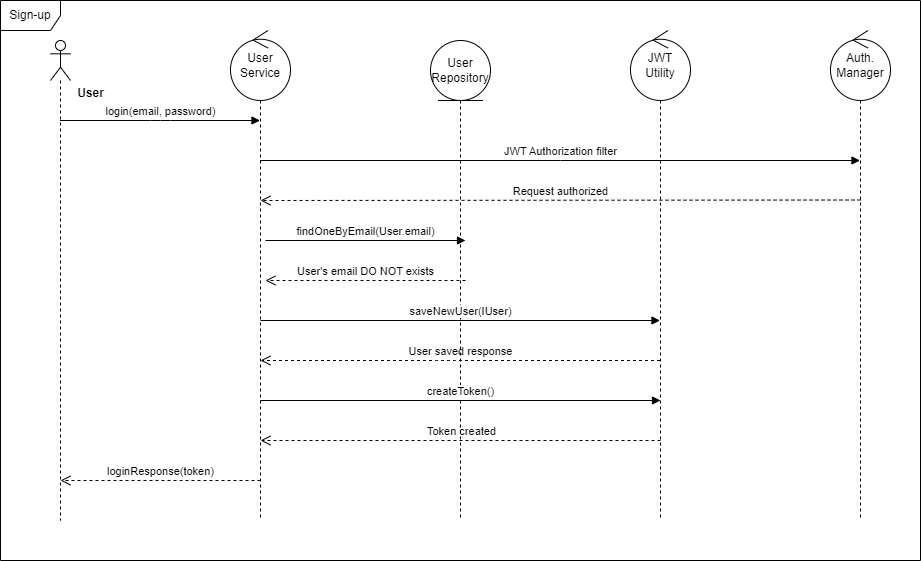
This is documentation/Diagrams/Sign-up Sequence diagram.png from feretchepare/bci-exercise, a draw.io export, as it was before one commit. Source tidied: cells renumbered, new cells last; positions are measured from the earlier drawing's top-left corner, leaving out a move shared by most shapes.
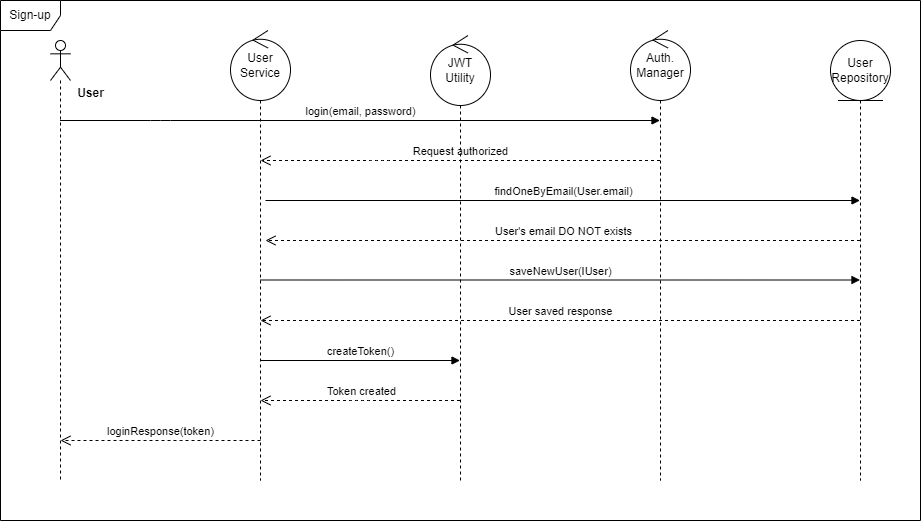
After the commit.

Commit message:
Sequence diagrams update

Diff of the diagram source:
```diff
@@ -2,12 +2,13 @@
   <root>
     <mxCell id="0" />
     <mxCell id="1" parent="0" />
-    <mxCell id="2" value="User saved response" style="html=1;verticalAlign=bottom;endArrow=open;dashed=1;endSize=8;labelBackgroundColor=none;fontFamily=Helvetica;fontSize=11;edgeStyle=elbowEdgeStyle;elbow=vertical;" parent="1" edge="1" source="12">
+    <mxCell id="2" value="User saved response" style="html=1;verticalAlign=bottom;endArrow=open;dashed=1;endSize=8;labelBackgroundColor=none;fontFamily=Helvetica;fontSize=11;edgeStyle=elbowEdgeStyle;elbow=vertical;" parent="1" edge="1">
       <mxGeometry relative="1" as="geometry">
-        <mxPoint x="260" y="360" as="targetPoint" />
+        <mxPoint x="859.5" y="320" as="sourcePoint" />
+        <mxPoint x="260" y="320" as="targetPoint" />
       </mxGeometry>
     </mxCell>
-    <mxCell id="3" value="login(email, password)" style="html=1;verticalAlign=bottom;endArrow=block;labelBackgroundColor=none;fontFamily=Helvetica;fontSize=11;edgeStyle=elbowEdgeStyle;elbow=vertical;" parent="1" edge="1" source="5" target="6">
+    <mxCell id="3" value="login(email, password)" style="html=1;verticalAlign=bottom;endArrow=block;labelBackgroundColor=none;fontFamily=Helvetica;fontSize=11;edgeStyle=elbowEdgeStyle;elbow=vertical;" parent="1" edge="1" source="5" target="16">
       <mxGeometry relative="1" as="geometry">
         <Array as="points">
           <mxPoint x="160" y="120" />
@@ -16,36 +17,37 @@
     </mxCell>
     <mxCell id="4" value="findOneByEmail(User.email)" style="html=1;verticalAlign=bottom;endArrow=block;labelBackgroundColor=none;fontFamily=Helvetica;fontSize=11;edgeStyle=elbowEdgeStyle;elbow=vertical;" parent="1" edge="1">
       <mxGeometry relative="1" as="geometry">
-        <mxPoint x="265" y="240" as="sourcePoint" />
-        <mxPoint x="465" y="240" as="targetPoint" />
+        <mxPoint x="265" y="200" as="sourcePoint" />
+        <mxPoint x="859.5" y="200" as="targetPoint" />
         <Array as="points">
-          <mxPoint x="355.5" y="240" />
+          <mxPoint x="355.5" y="200" />
         </Array>
       </mxGeometry>
     </mxCell>
     <mxCell id="5" style="shape=umlLifeline;perimeter=lifelinePerimeter;whiteSpace=wrap;html=1;outlineConnect=0;portConstraint=eastwest;newEdgeStyle={&quot;curved&quot;:0,&quot;rounded&quot;:0};participant=umlActor;" parent="1" vertex="1">
-      <mxGeometry x="50" y="40" width="20" height="480" as="geometry" />
+      <mxGeometry x="50" y="40" width="20" height="440" as="geometry" />
     </mxCell>
     <mxCell id="6" value="User &lt;br&gt;Service" style="shape=umlLifeline;perimeter=lifelinePerimeter;whiteSpace=wrap;html=1;outlineConnect=0;portConstraint=eastwest;newEdgeStyle={&quot;curved&quot;:0,&quot;rounded&quot;:0};participant=umlControl;size=70;" parent="1" vertex="1">
-      <mxGeometry x="230" y="30" width="60" height="490" as="geometry" />
+      <mxGeometry x="230" y="30" width="60" height="450" as="geometry" />
     </mxCell>
     <mxCell id="7" value="User&lt;br&gt;Repository" style="shape=umlLifeline;perimeter=lifelinePerimeter;whiteSpace=wrap;html=1;newEdgeStyle={&quot;curved&quot;:0,&quot;rounded&quot;:0};participant=umlEntity;size=60;" parent="1" vertex="1">
-      <mxGeometry x="430" y="40" width="60" height="480" as="geometry" />
+      <mxGeometry x="830" y="40" width="60" height="440" as="geometry" />
     </mxCell>
     <mxCell id="8" value="User's email DO NOT exists" style="html=1;verticalAlign=bottom;endArrow=open;dashed=1;endSize=8;curved=0;rounded=0;labelBackgroundColor=none;" parent="1" edge="1">
       <mxGeometry relative="1" as="geometry">
-        <mxPoint x="465" y="280" as="sourcePoint" />
-        <mxPoint x="265" y="280" as="targetPoint" />
+        <mxPoint x="859.5" y="240" as="sourcePoint" />
+        <mxPoint x="265" y="240" as="targetPoint" />
         <Array as="points">
-          <mxPoint x="315.5" y="280" />
+          <mxPoint x="315.5" y="240" />
         </Array>
       </mxGeometry>
     </mxCell>
-    <mxCell id="9" value="saveNewUser(IUser)" style="html=1;verticalAlign=bottom;endArrow=block;curved=0;rounded=0;" parent="1" edge="1" target="12">
+    <mxCell id="9" value="saveNewUser(IUser)" style="html=1;verticalAlign=bottom;endArrow=block;curved=0;rounded=0;" parent="1" edge="1">
       <mxGeometry relative="1" as="geometry">
-        <mxPoint x="260" y="320" as="sourcePoint" />
+        <mxPoint x="260" y="279.5" as="sourcePoint" />
+        <mxPoint x="859.5" y="279.5" as="targetPoint" />
         <Array as="points">
-          <mxPoint x="340.5" y="320" />
+          <mxPoint x="340.5" y="279.5" />
         </Array>
       </mxGeometry>
     </mxCell>
@@ -54,54 +56,41 @@
     </mxCell>
     <mxCell id="11" value="createToken()" style="html=1;verticalAlign=bottom;endArrow=block;curved=0;rounded=0;" parent="1" edge="1">
       <mxGeometry relative="1" as="geometry">
-        <mxPoint x="260" y="400" as="sourcePoint" />
-        <mxPoint x="660" y="400" as="targetPoint" />
-        <Array as="points">
-          <mxPoint x="510.5" y="400" />
-        </Array>
+        <mxPoint x="260" y="360" as="sourcePoint" />
+        <mxPoint x="459.5" y="360" as="targetPoint" />
       </mxGeometry>
     </mxCell>
     <mxCell id="12" value="JWT&lt;br&gt;Utility" style="shape=umlLifeline;perimeter=lifelinePerimeter;whiteSpace=wrap;html=1;outlineConnect=0;portConstraint=eastwest;newEdgeStyle={&quot;curved&quot;:0,&quot;rounded&quot;:0};participant=umlControl;size=70;" parent="1" vertex="1">
-      <mxGeometry x="630" y="30" width="60" height="490" as="geometry" />
+      <mxGeometry x="430" y="35" width="60" height="445" as="geometry" />
     </mxCell>
     <mxCell id="13" value="Token created" style="html=1;verticalAlign=bottom;endArrow=open;dashed=1;endSize=8;labelBackgroundColor=none;fontFamily=Helvetica;fontSize=11;edgeStyle=elbowEdgeStyle;elbow=vertical;" parent="1" edge="1">
       <mxGeometry relative="1" as="geometry">
-        <mxPoint x="660" y="440" as="sourcePoint" />
-        <mxPoint x="260" y="440" as="targetPoint" />
-        <Array as="points">
-          <mxPoint x="510.5" y="440" />
-        </Array>
+        <mxPoint x="459.5" y="400" as="sourcePoint" />
+        <mxPoint x="260" y="400" as="targetPoint" />
         <mxPoint x="1" as="offset" />
       </mxGeometry>
     </mxCell>
     <mxCell id="14" value="loginResponse(token)" style="html=1;verticalAlign=bottom;endArrow=open;dashed=1;endSize=8;labelBackgroundColor=none;fontFamily=Helvetica;fontSize=11;edgeStyle=elbowEdgeStyle;elbow=vertical;" parent="1" edge="1">
       <mxGeometry relative="1" as="geometry">
-        <mxPoint x="260" y="480" as="sourcePoint" />
-        <mxPoint x="60" y="480" as="targetPoint" />
+        <mxPoint x="260" y="440" as="sourcePoint" />
+        <mxPoint x="60" y="440" as="targetPoint" />
         <Array as="points">
-          <mxPoint x="170.5" y="480" />
+          <mxPoint x="170.5" y="440" />
         </Array>
       </mxGeometry>
     </mxCell>
     <mxCell id="15" value="Sign-up" style="shape=umlFrame;whiteSpace=wrap;html=1;" parent="1" vertex="1">
-      <mxGeometry width="920" height="560" as="geometry" />
+      <mxGeometry width="920" height="520" as="geometry" />
     </mxCell>
     <mxCell id="16" value="Auth.&lt;br&gt;Manager" style="shape=umlLifeline;perimeter=lifelinePerimeter;whiteSpace=wrap;html=1;outlineConnect=0;portConstraint=eastwest;newEdgeStyle={&quot;curved&quot;:0,&quot;rounded&quot;:0};participant=umlControl;size=70;" parent="1" vertex="1">
-      <mxGeometry x="830" y="30" width="60" height="490" as="geometry" />
+      <mxGeometry x="630" y="30" width="60" height="450" as="geometry" />
     </mxCell>
-    <mxCell id="17" value="JWT Authorization filter" style="html=1;verticalAlign=bottom;endArrow=block;curved=0;rounded=0;" parent="1" edge="1">
-      <mxGeometry relative="1" as="geometry">
-        <mxPoint x="259.5" y="160" as="sourcePoint" />
-        <mxPoint x="859.5" y="160" as="targetPoint" />
-        <Array as="points">
-          <mxPoint x="560" y="160" />
-        </Array>
-      </mxGeometry>
-    </mxCell>
-    <mxCell id="18" value="Request authorized" style="html=1;verticalAlign=bottom;endArrow=open;dashed=1;endSize=8;labelBackgroundColor=none;fontFamily=Helvetica;fontSize=11;edgeStyle=elbowEdgeStyle;elbow=vertical;" parent="1" edge="1">
+    <mxCell id="18" value="Request authorized" style="html=1;verticalAlign=bottom;endArrow=open;dashed=1;endSize=8;labelBackgroundColor=none;fontFamily=Helvetica;fontSize=11;edgeStyle=elbowEdgeStyle;elbow=vertical;" parent="1" edge="1" source="16">
       <mxGeometry relative="1" as="geometry">
-        <mxPoint x="860" y="199.5" as="sourcePoint" />
-        <mxPoint x="260" y="199.5" as="targetPoint" />
+        <mxPoint x="260" y="160" as="targetPoint" />
+        <Array as="points">
+          <mxPoint x="380" y="160" />
+        </Array>
       </mxGeometry>
     </mxCell>
   </root>
```
